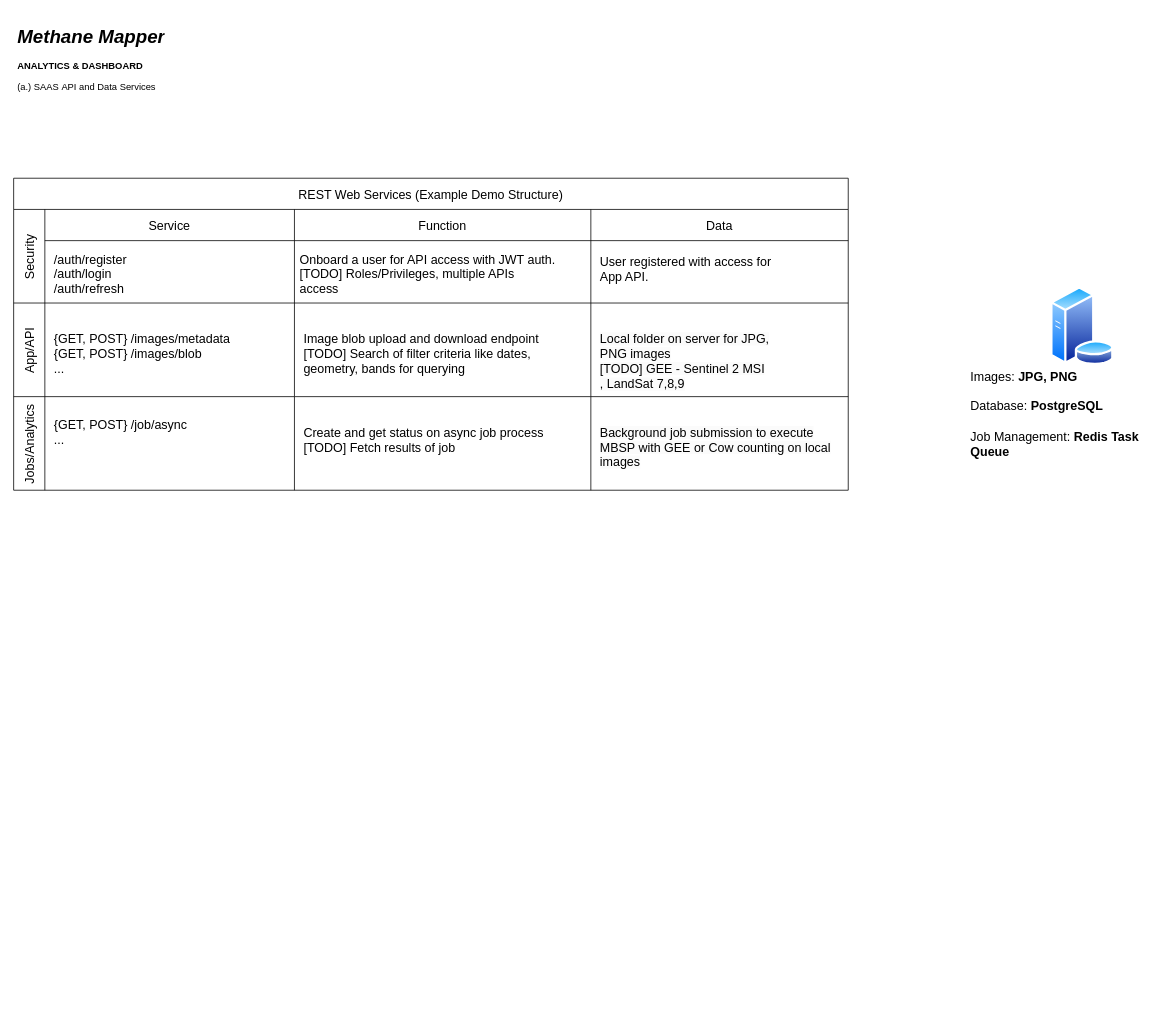
The draw.io diagram API-Design.drawio in karmarv/restx-swag, before the edit. Source tidied: cells renumbered, new cells numbered last; positions are measured from the earlier drawing's top-left corner, leaving out a move shared by most shapes. Both pictures are drawn from the tidied source at 78%, with x=0, y=0 at pixel (13, 21).
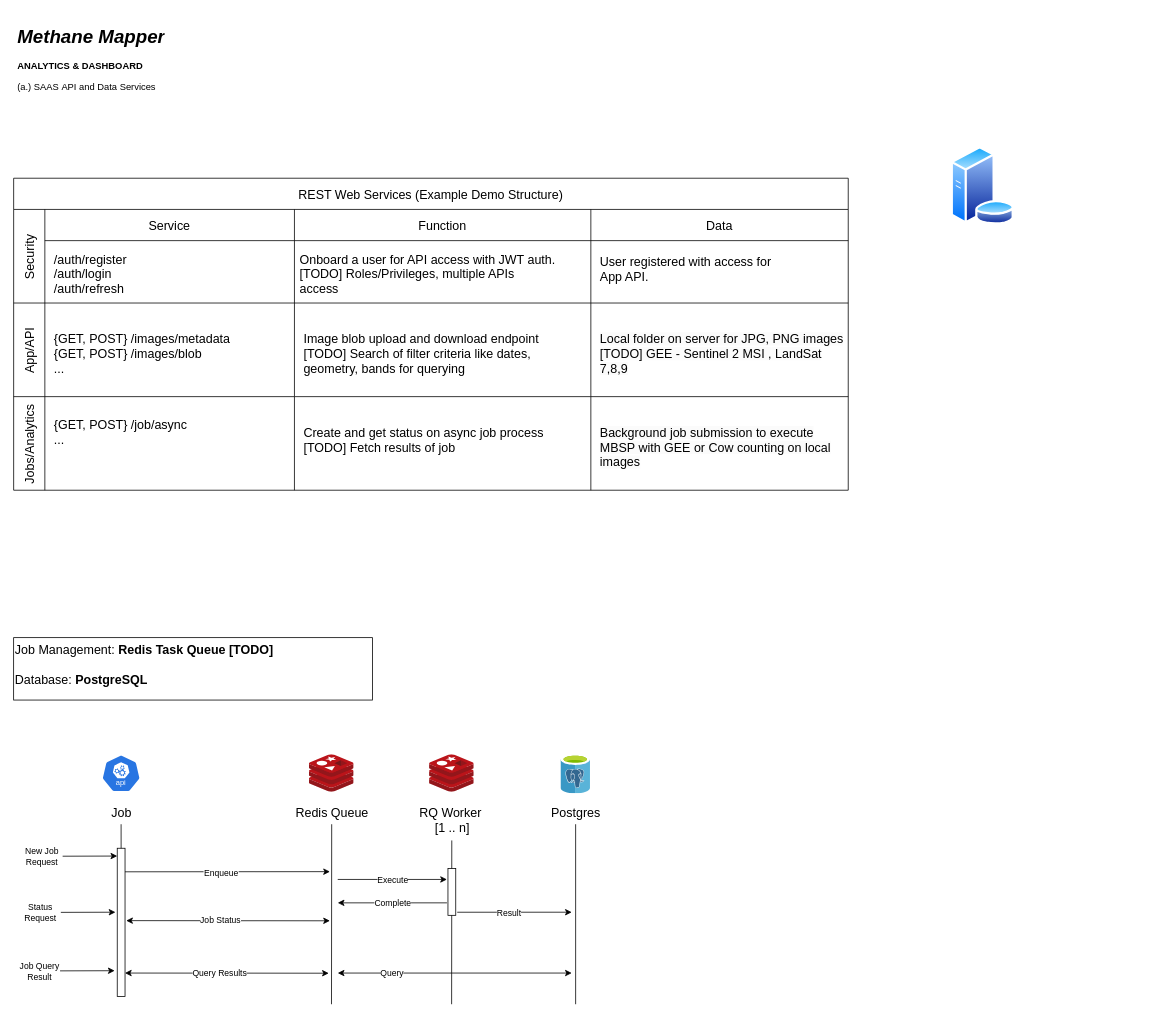
Above is the later version.

Commit message (it also covers changes not shown here):
placeholders for job management

The change refers to these unchanged cells:
```xml
<mxCell id="15" style="swimlane;swimlaneHead=0;swimlaneBody=0;fontStyle=0;strokeColor=inherit;fillColor=none;startSize=0;fontSize=16;verticalAlign=middle;align=left;spacingTop=0;spacingLeft=0;spacing=6;" parent="10" vertex="1">
  <mxGeometry x="740" width="330" height="120" as="geometry" />
</mxCell>
```

Diff of the diagram source:
```diff
@@
     <mxCell id="16" value="&lt;span style=&quot;color: rgb(0, 0, 0); font-family: Helvetica; font-size: 16px; font-style: normal; font-variant-ligatures: normal; font-variant-caps: normal; font-weight: 400; letter-spacing: normal; orphans: 2; text-align: left; text-indent: 0px; text-transform: none; widows: 2; word-spacing: 0px; -webkit-text-stroke-width: 0px; background-color: rgb(251, 251, 251); text-decoration-thickness: initial; text-decoration-style: initial; text-decoration-color: initial; float: none; display: inline !important;&quot;&gt;Local folder on server for JPG, PNG images&lt;br&gt;[TODO] GEE - Sentinel 2 MSI ,&lt;/span&gt;&lt;span style=&quot;color: rgb(0, 0, 0); font-family: Helvetica; font-size: 16px; font-style: normal; font-variant-ligatures: normal; font-variant-caps: normal; font-weight: 400; letter-spacing: normal; orphans: 2; text-align: left; text-indent: 0px; text-transform: none; widows: 2; word-spacing: 0px; -webkit-text-stroke-width: 0px; background-color: rgb(251, 251, 251); text-decoration-thickness: initial; text-decoration-style: initial; text-decoration-color: initial; float: none; display: inline !important;&quot;&gt;&amp;nbsp;LandSat 7,8,9&lt;/span&gt;" style="text;whiteSpace=wrap;html=1;" parent="15" vertex="1">
-      <mxGeometry x="10" y="30" width="240" height="60" as="geometry" />
+      <mxGeometry x="10" y="30" width="320" height="60" as="geometry" />
     </mxCell>
@@
     <mxCell id="25" style="image;perimeter=ellipsePerimeter;html=1;align=center;shadow=0;dashed=0;spacingTop=3;image=img/lib/active_directory/database_server.svg;" parent="1" vertex="1">
-      <mxGeometry x="1329.5" y="340" width="81" height="100.8" as="geometry" />
+      <mxGeometry x="1201.8" y="160" width="81" height="100.8" as="geometry" />
     </mxCell>
-    <mxCell id="26" value="&lt;span style=&quot;font-size: 16px;&quot;&gt;Images: &lt;b&gt;JPG, PNG&lt;/b&gt;&lt;br&gt;&lt;br&gt;Database: &lt;b&gt;PostgreSQL&lt;br&gt;&lt;/b&gt;&lt;br&gt;Job Management: &lt;b&gt;Redis Task Queue&lt;/b&gt;&lt;br&gt;&lt;/span&gt;" style="text;whiteSpace=wrap;html=1;" parent="1" vertex="1">
-      <mxGeometry x="1225" y="438.8" width="240" height="161.2" as="geometry" />
+    <mxCell id="26" value="&lt;span style=&quot;font-size: 16px;&quot;&gt;Job Management:&amp;nbsp;&lt;/span&gt;&lt;b style=&quot;font-size: 16px;&quot;&gt;Redis Task Queue [TODO]&lt;/b&gt;&lt;span style=&quot;font-size: 16px;&quot;&gt;&lt;br&gt;&lt;br&gt;Database: &lt;b&gt;PostgreSQL&lt;/b&gt;&lt;br&gt;&lt;/span&gt;" style="text;whiteSpace=wrap;html=1;fillColor=none;strokeColor=default;" parent="1" vertex="1">
+      <mxGeometry y="790" width="460" height="80" as="geometry" />
     </mxCell>
+    <mxCell id="27" style="image;sketch=0;html=1;align=center;fontSize=12;image=img/lib/mscae/Cache_Redis_Product.svg;" parent="1" vertex="1">
+      <mxGeometry x="379.1" y="940" width="57.2" height="48.1" as="geometry" />
+    </mxCell>
+    <mxCell id="28" style="image;sketch=0;html=1;align=center;fontSize=12;image=img/lib/mscae/Azure_Database_for_PostgreSQL_servers.svg;" parent="1" vertex="1">
+      <mxGeometry x="701.5" y="940" width="38" height="50" as="geometry" />
+    </mxCell>
+    <mxCell id="29" value="&lt;span style=&quot;font-size: 16px;&quot;&gt;Postgres&lt;/span&gt;" style="text;whiteSpace=wrap;html=1;align=center;" parent="1" vertex="1">
+      <mxGeometry x="685.5" y="999.2" width="70" height="30" as="geometry" />
+    </mxCell>
+    <mxCell id="30" value="&lt;span style=&quot;font-size: 16px;&quot;&gt;Redis Queue&lt;/span&gt;" style="text;whiteSpace=wrap;html=1;align=center;" parent="1" vertex="1">
+      <mxGeometry x="355.5" y="999.2" width="104.5" height="30" as="geometry" />
+    </mxCell>
+    <mxCell id="31" style="endArrow=none;html=1;rounded=0;entryX=0.5;entryY=1;entryDx=0;entryDy=0;" parent="1" edge="1" target="30">
+      <mxGeometry relative="1" as="geometry">
+        <mxPoint x="407.5" y="1260" as="sourcePoint" />
+      </mxGeometry>
+    </mxCell>
+    <mxCell id="32" style="endArrow=none;html=1;rounded=0;entryX=0.5;entryY=1;entryDx=0;entryDy=0;" parent="1" edge="1" target="29">
+      <mxGeometry relative="1" as="geometry">
+        <mxPoint x="720.5" y="1260" as="sourcePoint" />
+      </mxGeometry>
+    </mxCell>
+    <mxCell id="33" value="&lt;span style=&quot;font-size: 16px;&quot;&gt;Job&lt;/span&gt;" style="text;whiteSpace=wrap;html=1;align=center;" parent="1" vertex="1">
+      <mxGeometry x="85.5" y="999.2" width="104.5" height="30" as="geometry" />
+    </mxCell>
+    <mxCell id="34" style="endArrow=none;html=1;rounded=0;entryX=0.5;entryY=1;entryDx=0;entryDy=0;exitX=0.5;exitY=0.056;exitDx=0;exitDy=0;exitPerimeter=0;" parent="1" edge="1" source="38" target="33">
+      <mxGeometry relative="1" as="geometry" />
+    </mxCell>
+    <mxCell id="35" style="sketch=0;html=1;dashed=0;whitespace=wrap;verticalLabelPosition=bottom;verticalAlign=top;fillColor=#2875E2;strokeColor=#ffffff;shape=mxgraph.kubernetes.icon2;kubernetesLabel=1;prIcon=api;" parent="1" vertex="1">
+      <mxGeometry x="112.8" y="940" width="50" height="48" as="geometry" />
+    </mxCell>
+    <mxCell id="36" style="endArrow=classic;html=1;rounded=0;" parent="1" edge="1">
+      <mxGeometry relative="1" as="geometry">
+        <mxPoint x="62.8" y="1070.2" as="sourcePoint" />
+        <mxPoint x="132.8" y="1070" as="targetPoint" />
+      </mxGeometry>
+    </mxCell>
+    <mxCell id="37" value="New Job&lt;div&gt;Request&lt;/div&gt;" style="edgeLabel;html=1;align=center;verticalAlign=middle;" parent="36" vertex="1">
+      <mxGeometry x="-0.5" relative="1" as="geometry">
+        <mxPoint x="-45" as="offset" />
+      </mxGeometry>
+    </mxCell>
+    <mxCell id="38" style="rounded=0;whiteSpace=wrap;html=1;" parent="1" vertex="1">
+      <mxGeometry x="132.8" y="1060" width="10" height="190" as="geometry" />
+    </mxCell>
+    <mxCell id="39" style="image;sketch=0;html=1;align=center;fontSize=12;image=img/lib/mscae/Cache_Redis_Product.svg;" parent="1" vertex="1">
+      <mxGeometry x="533.1" y="940" width="57.2" height="48.1" as="geometry" />
+    </mxCell>
+    <mxCell id="40" value="&lt;span style=&quot;font-size: 16px;&quot;&gt;RQ Worker&amp;nbsp;&lt;/span&gt;&lt;div&gt;&lt;span style=&quot;font-size: 16px;&quot;&gt;[1 .. n]&lt;/span&gt;&lt;/div&gt;" style="text;whiteSpace=wrap;html=1;align=center;" parent="1" vertex="1">
+      <mxGeometry x="509.5" y="999.2" width="104.5" height="50.8" as="geometry" />
+    </mxCell>
+    <mxCell id="41" style="endArrow=none;html=1;rounded=0;" parent="1" edge="1" target="40">
+      <mxGeometry relative="1" as="geometry">
+        <mxPoint x="561.5" y="1260" as="sourcePoint" />
+      </mxGeometry>
+    </mxCell>
+    <mxCell id="42" style="endArrow=classic;html=1;rounded=0;" parent="1" edge="1">
+      <mxGeometry relative="1" as="geometry">
+        <mxPoint x="142.8" y="1090.2" as="sourcePoint" />
+        <mxPoint x="405.5" y="1090" as="targetPoint" />
+      </mxGeometry>
+    </mxCell>
+    <mxCell id="43" value="Enqueue" style="edgeLabel;html=1;align=center;verticalAlign=middle;" parent="42" vertex="1">
+      <mxGeometry x="-0.23" y="-1" relative="1" as="geometry">
+        <mxPoint x="22" as="offset" />
+      </mxGeometry>
+    </mxCell>
+    <mxCell id="44" style="endArrow=classic;html=1;rounded=0;" parent="1" edge="1">
+      <mxGeometry relative="1" as="geometry">
+        <mxPoint x="415.5" y="1100" as="sourcePoint" />
+        <mxPoint x="555.5" y="1100" as="targetPoint" />
+      </mxGeometry>
+    </mxCell>
+    <mxCell id="45" value="Execute" style="edgeLabel;html=1;align=center;verticalAlign=middle;" parent="44" vertex="1">
+      <mxGeometry x="-0.23" y="-1" relative="1" as="geometry">
+        <mxPoint x="16" y="-1" as="offset" />
+      </mxGeometry>
+    </mxCell>
+    <mxCell id="46" style="endArrow=classic;html=1;rounded=0;" parent="1" edge="1">
+      <mxGeometry relative="1" as="geometry">
+        <mxPoint x="555.5" y="1130" as="sourcePoint" />
+        <mxPoint x="415.5" y="1130" as="targetPoint" />
+      </mxGeometry>
+    </mxCell>
+    <mxCell id="47" value="Complete" style="edgeLabel;html=1;align=center;verticalAlign=middle;" parent="46" vertex="1">
+      <mxGeometry x="-0.23" y="-1" relative="1" as="geometry">
+        <mxPoint x="-16" as="offset" />
+      </mxGeometry>
+    </mxCell>
+    <mxCell id="48" style="endArrow=classic;html=1;rounded=0;" parent="1" edge="1">
+      <mxGeometry relative="1" as="geometry">
+        <mxPoint x="60.5" y="1142.2" as="sourcePoint" />
+        <mxPoint x="130.5" y="1142" as="targetPoint" />
+      </mxGeometry>
+    </mxCell>
+    <mxCell id="49" value="&lt;div&gt;Status&lt;/div&gt;&lt;div&gt;Request&lt;/div&gt;" style="edgeLabel;html=1;align=center;verticalAlign=middle;" parent="48" vertex="1">
+      <mxGeometry x="-0.5" relative="1" as="geometry">
+        <mxPoint x="-45" as="offset" />
+      </mxGeometry>
+    </mxCell>
+    <mxCell id="50" style="endArrow=classic;html=1;rounded=0;" parent="1" edge="1">
+      <mxGeometry relative="1" as="geometry">
+        <mxPoint x="59.5" y="1217.2" as="sourcePoint" />
+        <mxPoint x="129.5" y="1217" as="targetPoint" />
+      </mxGeometry>
+    </mxCell>
+    <mxCell id="51" value="&lt;div&gt;Job Query&lt;/div&gt;&lt;div&gt;Result&lt;/div&gt;" style="edgeLabel;html=1;align=center;verticalAlign=middle;" parent="50" vertex="1">
+      <mxGeometry x="-0.5" relative="1" as="geometry">
+        <mxPoint x="-45" as="offset" />
+      </mxGeometry>
+    </mxCell>
+    <mxCell id="52" style="endArrow=classic;html=1;rounded=0;entryX=1.155;entryY=0.415;entryDx=0;entryDy=0;entryPerimeter=0;startArrow=classic;startFill=1;" parent="1" edge="1">
+      <mxGeometry relative="1" as="geometry">
+        <mxPoint x="405.5" y="1153" as="sourcePoint" />
+        <mxPoint x="144.3" y="1152.8" as="targetPoint" />
+      </mxGeometry>
+    </mxCell>
+    <mxCell id="53" value="Job Status" style="edgeLabel;html=1;align=center;verticalAlign=middle;" parent="52" vertex="1">
+      <mxGeometry x="-0.23" y="-1" relative="1" as="geometry">
+        <mxPoint x="-40" as="offset" />
+      </mxGeometry>
+    </mxCell>
+    <mxCell id="54" style="endArrow=classic;html=1;rounded=0;entryX=1.155;entryY=0.415;entryDx=0;entryDy=0;entryPerimeter=0;startArrow=classic;startFill=1;" parent="1" edge="1">
+      <mxGeometry relative="1" as="geometry">
+        <mxPoint x="404" y="1220.2" as="sourcePoint" />
+        <mxPoint x="142.7" y="1220" as="targetPoint" />
+      </mxGeometry>
+    </mxCell>
+    <mxCell id="55" value="Query Results" style="edgeLabel;html=1;align=center;verticalAlign=middle;" parent="54" vertex="1">
+      <mxGeometry x="-0.23" y="-1" relative="1" as="geometry">
+        <mxPoint x="-40" as="offset" />
+      </mxGeometry>
+    </mxCell>
+    <mxCell id="56" style="endArrow=classic;html=1;rounded=0;exitX=1.188;exitY=0.934;exitDx=0;exitDy=0;exitPerimeter=0;" parent="1" edge="1" source="58">
+      <mxGeometry relative="1" as="geometry">
+        <mxPoint x="715.5" y="1142" as="targetPoint" />
+      </mxGeometry>
+    </mxCell>
+    <mxCell id="57" value="Result" style="edgeLabel;html=1;align=center;verticalAlign=middle;" parent="56" vertex="1">
+      <mxGeometry x="0.11" relative="1" as="geometry">
+        <mxPoint x="-15" as="offset" />
+      </mxGeometry>
+    </mxCell>
+    <mxCell id="58" style="rounded=0;whiteSpace=wrap;html=1;" parent="1" vertex="1">
+      <mxGeometry x="556.8" y="1086" width="10" height="60" as="geometry" />
+    </mxCell>
+    <mxCell id="59" style="endArrow=classic;html=1;rounded=0;entryX=1.155;entryY=0.415;entryDx=0;entryDy=0;entryPerimeter=0;startArrow=classic;startFill=1;" parent="1" edge="1">
+      <mxGeometry relative="1" as="geometry">
+        <mxPoint x="715.5" y="1220" as="sourcePoint" />
+        <mxPoint x="415.5" y="1220" as="targetPoint" />
+      </mxGeometry>
+    </mxCell>
+    <mxCell id="60" value="Query" style="edgeLabel;html=1;align=center;verticalAlign=middle;" parent="59" vertex="1">
+      <mxGeometry x="-0.23" y="-1" relative="1" as="geometry">
+        <mxPoint x="-115" as="offset" />
+      </mxGeometry>
+    </mxCell>
```
